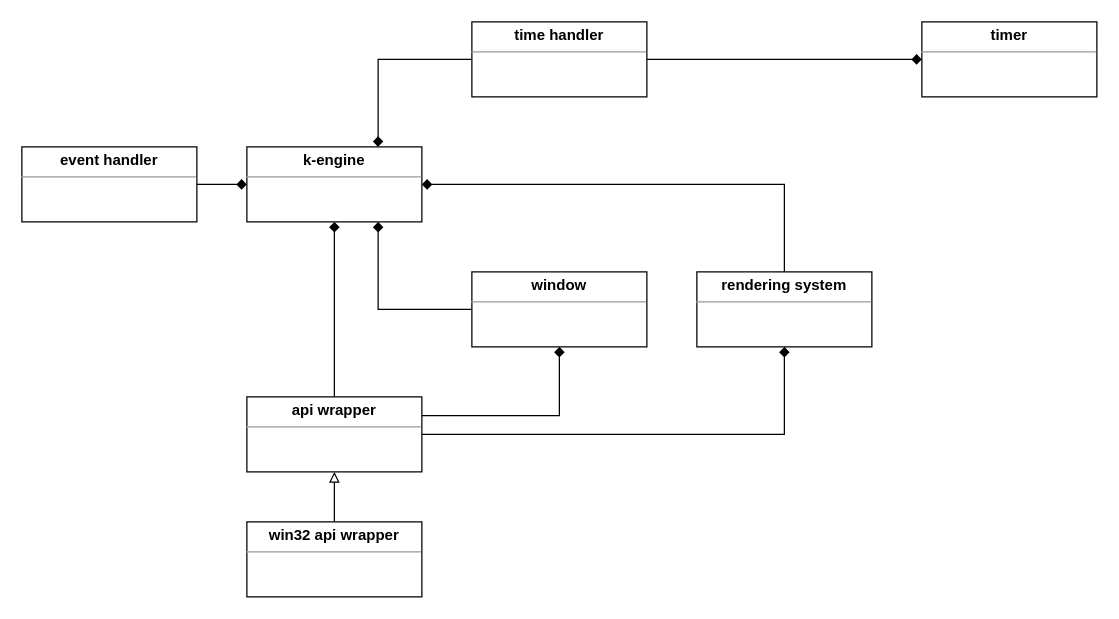
The draw.io diagram _docs/k-engine-classes.drawio in Keshizin/k-engine, before the edit. Source tidied: cells renumbered, new cells numbered last; positions are measured from the earlier drawing's top-left corner, leaving out a move shared by most shapes. Both pictures are drawn from the tidied source at 125%, with x=0, y=0 at pixel (21, 21).
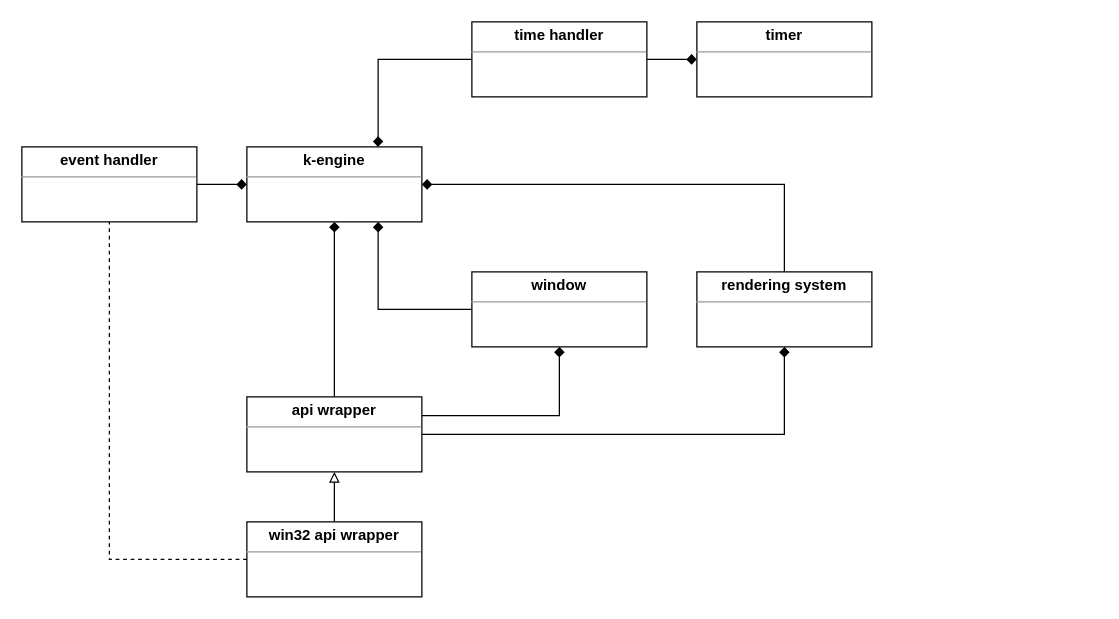
Above is the later version.

What changed in the source:
```diff
@@
 <mxGraphModel>
   <root>
     <mxCell id="0" />
     <mxCell id="1" parent="0" />
     <mxCell id="2" value="&lt;p style=&quot;margin: 0px ; margin-top: 4px ; text-align: center&quot;&gt;&lt;b&gt;k-engine&lt;/b&gt;&lt;/p&gt;&lt;hr size=&quot;1&quot;&gt;&lt;div style=&quot;height: 2px&quot;&gt;&lt;/div&gt;" style="verticalAlign=top;align=left;overflow=fill;fontSize=12;fontFamily=Helvetica;html=1;" parent="1" vertex="1">
       <mxGeometry x="180" y="100" width="140" height="60" as="geometry" />
     </mxCell>
     <mxCell id="3" style="edgeStyle=orthogonalEdgeStyle;rounded=0;jettySize=auto;html=1;endArrow=diamond;endFill=1;entryX=0.75;entryY=1;entryDx=0;entryDy=0;" parent="1" edge="1" source="4" target="2">
       <mxGeometry relative="1" as="geometry" />
     </mxCell>
     <mxCell id="4" value="&lt;p style=&quot;margin: 0px ; margin-top: 4px ; text-align: center&quot;&gt;&lt;b&gt;window&lt;/b&gt;&lt;/p&gt;&lt;hr size=&quot;1&quot;&gt;&lt;div style=&quot;height: 2px&quot;&gt;&lt;/div&gt;" style="verticalAlign=top;align=left;overflow=fill;fontSize=12;fontFamily=Helvetica;html=1;" parent="1" vertex="1">
       <mxGeometry x="360" y="200" width="140" height="60" as="geometry" />
     </mxCell>
     <mxCell id="5" style="edgeStyle=orthogonalEdgeStyle;rounded=0;jettySize=auto;html=1;endArrow=diamond;endFill=1;exitX=1;exitY=0.25;exitDx=0;exitDy=0;" parent="1" edge="1" source="8" target="4">
       <mxGeometry relative="1" as="geometry" />
     </mxCell>
     <mxCell id="6" style="edgeStyle=orthogonalEdgeStyle;rounded=0;jettySize=auto;html=1;endArrow=diamond;endFill=1;" parent="1" edge="1" source="8" target="2">
       <mxGeometry relative="1" as="geometry" />
     </mxCell>
     <mxCell id="7" style="edgeStyle=orthogonalEdgeStyle;rounded=0;jettySize=auto;html=1;endArrow=diamond;endFill=1;" parent="1" edge="1" source="8" target="14">
       <mxGeometry relative="1" as="geometry" />
     </mxCell>
     <mxCell id="8" value="&lt;p style=&quot;margin: 0px ; margin-top: 4px ; text-align: center&quot;&gt;&lt;b&gt;api wrapper&lt;/b&gt;&lt;/p&gt;&lt;hr size=&quot;1&quot;&gt;&lt;div style=&quot;height: 2px&quot;&gt;&lt;/div&gt;" style="verticalAlign=top;align=left;overflow=fill;fontSize=12;fontFamily=Helvetica;html=1;" parent="1" vertex="1">
       <mxGeometry x="180" y="300" width="140" height="60" as="geometry" />
     </mxCell>
     <mxCell id="9" style="edgeStyle=orthogonalEdgeStyle;rounded=0;jettySize=auto;html=1;endArrow=block;endFill=0;" parent="1" edge="1" source="10" target="8">
       <mxGeometry relative="1" as="geometry" />
     </mxCell>
+    <mxCell id="19" style="edgeStyle=orthogonalEdgeStyle;rounded=0;jettySize=auto;html=1;entryX=0.5;entryY=1;entryDx=0;entryDy=0;endArrow=none;endFill=0;dashed=1;" parent="1" edge="1" source="10" target="12">
+      <mxGeometry relative="1" as="geometry" />
+    </mxCell>
     <mxCell id="10" value="&lt;p style=&quot;margin: 0px ; margin-top: 4px ; text-align: center&quot;&gt;&lt;b&gt;win32 api wrapper&lt;/b&gt;&lt;/p&gt;&lt;hr size=&quot;1&quot;&gt;&lt;div style=&quot;height: 2px&quot;&gt;&lt;/div&gt;" style="verticalAlign=top;align=left;overflow=fill;fontSize=12;fontFamily=Helvetica;html=1;" parent="1" vertex="1">
       <mxGeometry x="180" y="400" width="140" height="60" as="geometry" />
     </mxCell>
     <mxCell id="11" style="edgeStyle=orthogonalEdgeStyle;rounded=0;jettySize=auto;html=1;endArrow=diamond;endFill=1;" parent="1" edge="1" source="12" target="2">
       <mxGeometry relative="1" as="geometry" />
     </mxCell>
     <mxCell id="12" value="&lt;p style=&quot;margin: 0px ; margin-top: 4px ; text-align: center&quot;&gt;&lt;b&gt;event handler&lt;/b&gt;&lt;/p&gt;&lt;hr size=&quot;1&quot;&gt;&lt;div style=&quot;height: 2px&quot;&gt;&lt;/div&gt;" style="verticalAlign=top;align=left;overflow=fill;fontSize=12;fontFamily=Helvetica;html=1;" parent="1" vertex="1">
       <mxGeometry y="100" width="140" height="60" as="geometry" />
     </mxCell>
     <mxCell id="13" style="edgeStyle=orthogonalEdgeStyle;rounded=0;jettySize=auto;html=1;endArrow=diamond;endFill=1;entryX=1;entryY=0.5;entryDx=0;entryDy=0;exitX=0.5;exitY=0;exitDx=0;exitDy=0;" parent="1" edge="1" source="14" target="2">
       <mxGeometry relative="1" as="geometry" />
     </mxCell>
     <mxCell id="14" value="&lt;p style=&quot;margin: 0px ; margin-top: 4px ; text-align: center&quot;&gt;&lt;b&gt;rendering system&lt;/b&gt;&lt;/p&gt;&lt;hr size=&quot;1&quot;&gt;&lt;div style=&quot;height: 2px&quot;&gt;&lt;/div&gt;" style="verticalAlign=top;align=left;overflow=fill;fontSize=12;fontFamily=Helvetica;html=1;" parent="1" vertex="1">
       <mxGeometry x="540" y="200" width="140" height="60" as="geometry" />
     </mxCell>
     <mxCell id="15" style="edgeStyle=orthogonalEdgeStyle;rounded=0;jettySize=auto;html=1;entryX=0.75;entryY=0;entryDx=0;entryDy=0;endArrow=diamond;endFill=1;" parent="1" edge="1" source="17" target="2">
       <mxGeometry relative="1" as="geometry" />
     </mxCell>
     <mxCell id="16" style="edgeStyle=orthogonalEdgeStyle;rounded=0;jettySize=auto;html=1;endArrow=diamond;endFill=1;" parent="1" edge="1" source="17" target="18">
       <mxGeometry relative="1" as="geometry" />
     </mxCell>
     <mxCell id="17" value="&lt;p style=&quot;margin: 0px ; margin-top: 4px ; text-align: center&quot;&gt;&lt;b&gt;time handler&lt;/b&gt;&lt;/p&gt;&lt;hr size=&quot;1&quot;&gt;&lt;div style=&quot;height: 2px&quot;&gt;&lt;/div&gt;" style="verticalAlign=top;align=left;overflow=fill;fontSize=12;fontFamily=Helvetica;html=1;" parent="1" vertex="1">
       <mxGeometry x="360" width="140" height="60" as="geometry" />
     </mxCell>
     <mxCell id="18" value="&lt;p style=&quot;margin: 0px ; margin-top: 4px ; text-align: center&quot;&gt;&lt;b&gt;timer&lt;/b&gt;&lt;/p&gt;&lt;hr size=&quot;1&quot;&gt;&lt;div style=&quot;height: 2px&quot;&gt;&lt;/div&gt;" style="verticalAlign=top;align=left;overflow=fill;fontSize=12;fontFamily=Helvetica;html=1;" parent="1" vertex="1">
-      <mxGeometry x="720" width="140" height="60" as="geometry" />
+      <mxGeometry x="540" width="140" height="60" as="geometry" />
     </mxCell>
   </root>
 </mxGraphModel>
```
